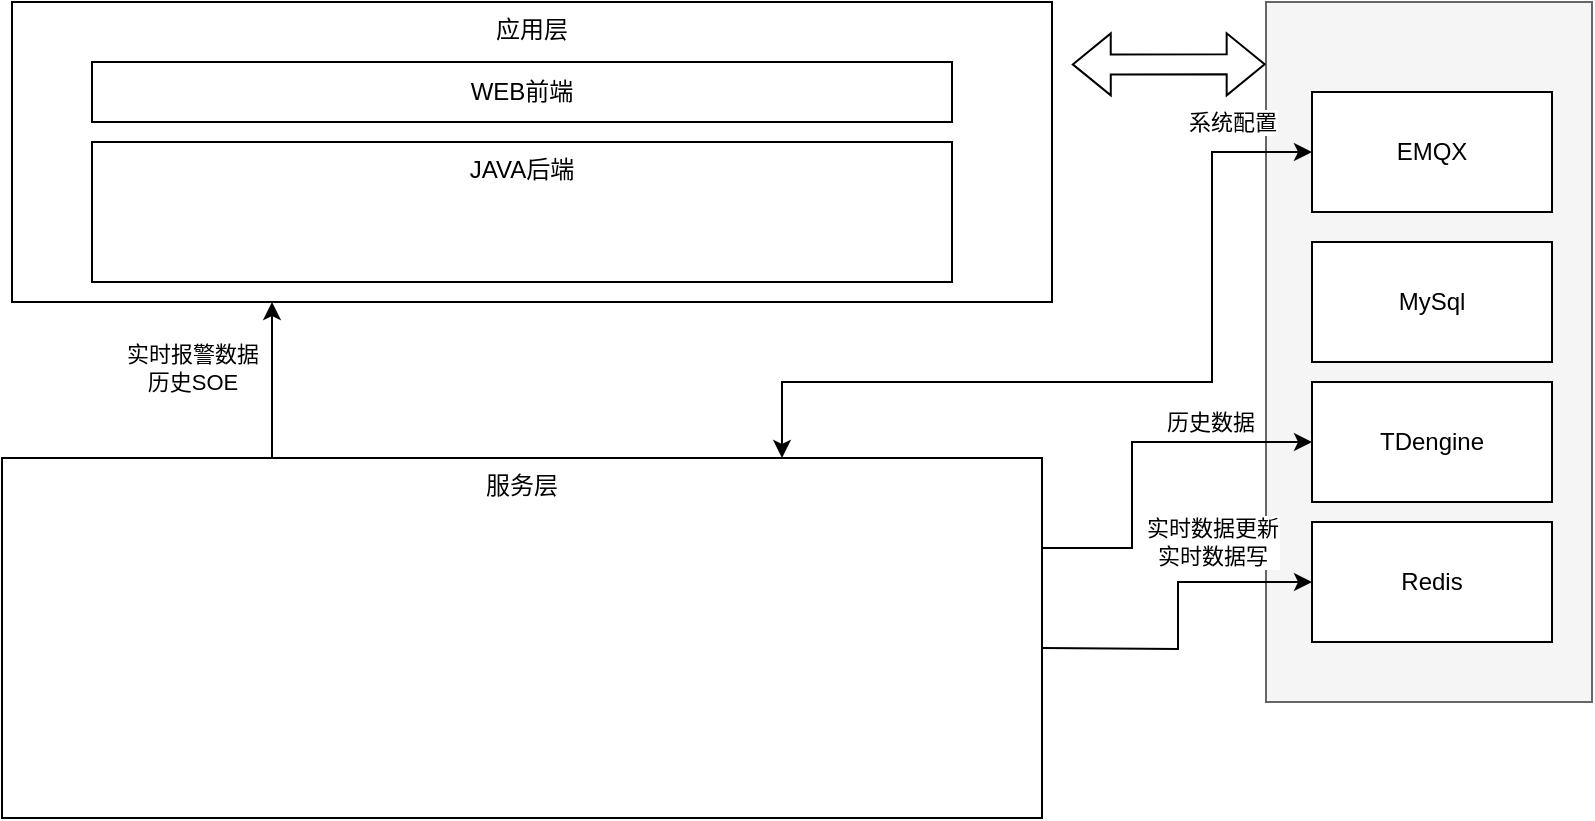
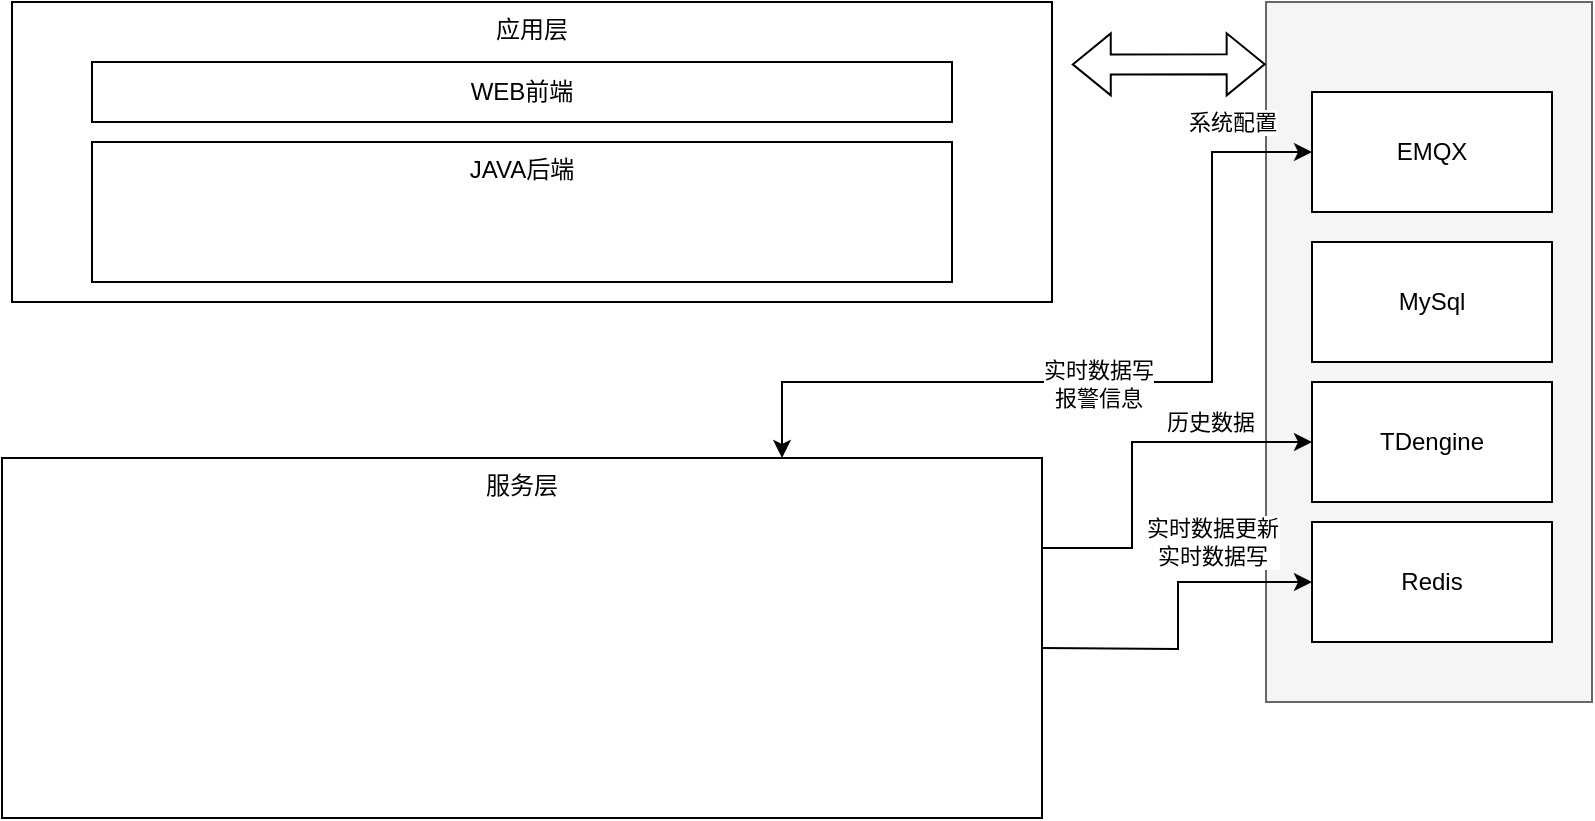
<mxfile host="app.diagrams.net">
  <diagram name="第 1 页" id="pox43T1xOEXjTd9FCBCb">
    <mxGraphModel dx="1030" dy="571" grid="1" gridSize="10" guides="1" tooltips="1" connect="1" arrows="1" fold="1" page="1" pageScale="1" pageWidth="827" pageHeight="1169" math="0" shadow="0">
      <root>
        <mxCell id="0" />
        <mxCell id="1" parent="0" />
        <mxCell id="xMZXzjuvX-VrFNcZFtR1-13" parent="1" style="rounded=0;whiteSpace=wrap;html=1;fillColor=#f5f5f5;fontColor=#333333;strokeColor=#666666;" value="" vertex="1">
          <mxGeometry height="350" width="163" x="648" y="110" as="geometry" />
        </mxCell>
        <mxCell id="rKJJU_Trjp2D-k5HkyLU-1" parent="1" style="rounded=0;whiteSpace=wrap;html=1;verticalAlign=top;" value="应用层" vertex="1">
          <mxGeometry height="150" width="520" x="21" y="110" as="geometry" />
        </mxCell>
        <mxCell id="rKJJU_Trjp2D-k5HkyLU-2" parent="1" style="rounded=0;whiteSpace=wrap;html=1;" value="WEB前端" vertex="1">
          <mxGeometry height="30" width="430" x="61" y="140" as="geometry" />
        </mxCell>
        <mxCell id="rKJJU_Trjp2D-k5HkyLU-4" parent="1" style="rounded=0;whiteSpace=wrap;html=1;verticalAlign=top;" value="JAVA后端" vertex="1">
          <mxGeometry height="70" width="430" x="61" y="180" as="geometry" />
        </mxCell>
        <mxCell id="xMZXzjuvX-VrFNcZFtR1-2" edge="1" parent="1" style="edgeStyle=orthogonalEdgeStyle;rounded=0;orthogonalLoop=1;jettySize=auto;html=1;exitX=1;exitY=0.25;exitDx=0;exitDy=0;entryX=0;entryY=0.5;entryDx=0;entryDy=0;" target="rKJJU_Trjp2D-k5HkyLU-8">
          <mxGeometry relative="1" as="geometry">
            <mxPoint x="536" y="433" as="sourcePoint" />
            <mxPoint x="671" y="320" as="targetPoint" />
          </mxGeometry>
        </mxCell>
        <mxCell id="xMZXzjuvX-VrFNcZFtR1-3" connectable="0" parent="xMZXzjuvX-VrFNcZFtR1-2" style="edgeLabel;html=1;align=center;verticalAlign=middle;resizable=0;points=[];" value="&lt;div&gt;实时数据更新&lt;/div&gt;&lt;div&gt;实时数据写&lt;/div&gt;" vertex="1">
          <mxGeometry relative="1" x="0.1073" as="geometry">
            <mxPoint x="17" y="-28" as="offset" />
          </mxGeometry>
        </mxCell>
        <mxCell id="rKJJU_Trjp2D-k5HkyLU-5" parent="1" style="rounded=0;whiteSpace=wrap;html=1;verticalAlign=top;" value="服务层" vertex="1">
          <mxGeometry height="180" width="520" x="16" y="338" as="geometry" />
        </mxCell>
        <mxCell id="rKJJU_Trjp2D-k5HkyLU-6" parent="1" style="rounded=0;whiteSpace=wrap;html=1;" value="MySql" vertex="1">
          <mxGeometry height="60" width="120" x="671" y="230" as="geometry" />
        </mxCell>
        <mxCell id="rKJJU_Trjp2D-k5HkyLU-7" parent="1" style="rounded=0;whiteSpace=wrap;html=1;" value="TDengine" vertex="1">
          <mxGeometry height="60" width="120" x="671" y="300" as="geometry" />
        </mxCell>
        <mxCell id="rKJJU_Trjp2D-k5HkyLU-8" parent="1" style="rounded=0;whiteSpace=wrap;html=1;" value="Redis" vertex="1">
          <mxGeometry height="60" width="120" x="671" y="370" as="geometry" />
        </mxCell>
        <mxCell id="xMZXzjuvX-VrFNcZFtR1-4" edge="1" parent="1" source="rKJJU_Trjp2D-k5HkyLU-5" style="edgeStyle=orthogonalEdgeStyle;rounded=0;orthogonalLoop=1;jettySize=auto;html=1;exitX=1;exitY=0.25;exitDx=0;exitDy=0;entryX=0;entryY=0.5;entryDx=0;entryDy=0;" target="rKJJU_Trjp2D-k5HkyLU-7">
          <mxGeometry relative="1" as="geometry">
            <Array as="points">
              <mxPoint x="581" y="383" />
              <mxPoint x="581" y="330" />
            </Array>
            <mxPoint x="641" y="563" as="sourcePoint" />
            <mxPoint x="776" y="400" as="targetPoint" />
          </mxGeometry>
        </mxCell>
        <mxCell id="xMZXzjuvX-VrFNcZFtR1-5" connectable="0" parent="xMZXzjuvX-VrFNcZFtR1-4" style="edgeLabel;html=1;align=center;verticalAlign=middle;resizable=0;points=[];" value="历史数据" vertex="1">
          <mxGeometry relative="1" x="0.1073" as="geometry">
            <mxPoint x="33" y="-10" as="offset" />
          </mxGeometry>
        </mxCell>
-         <mxCell id="xMZXzjuvX-VrFNcZFtR1-6" edge="1" parent="1" style="endArrow=classic;html=1;rounded=0;entryX=0.25;entryY=1;entryDx=0;entryDy=0;" target="rKJJU_Trjp2D-k5HkyLU-1" value="">
-           <mxGeometry height="50" relative="1" width="50" as="geometry">
-             <mxPoint x="151" y="338" as="sourcePoint" />
-             <mxPoint x="201" y="288" as="targetPoint" />
-           </mxGeometry>
-         </mxCell>
-         <mxCell id="xMZXzjuvX-VrFNcZFtR1-7" connectable="0" parent="xMZXzjuvX-VrFNcZFtR1-6" style="edgeLabel;html=1;align=center;verticalAlign=middle;resizable=0;points=[];" value="&lt;div&gt;实时报警数据&lt;/div&gt;&lt;div&gt;历史SOE&lt;/div&gt;" vertex="1">
-           <mxGeometry relative="1" x="0.1487" as="geometry">
-             <mxPoint x="-40" as="offset" />
-           </mxGeometry>
-         </mxCell>
        <mxCell id="xMZXzjuvX-VrFNcZFtR1-10" parent="1" style="rounded=0;whiteSpace=wrap;html=1;" value="EMQX" vertex="1">
          <mxGeometry height="60" width="120" x="671" y="155" as="geometry" />
        </mxCell>
        <mxCell id="xMZXzjuvX-VrFNcZFtR1-11" edge="1" parent="1" source="rKJJU_Trjp2D-k5HkyLU-5" style="endArrow=classic;startArrow=classic;html=1;rounded=0;entryX=0;entryY=0.5;entryDx=0;entryDy=0;edgeStyle=orthogonalEdgeStyle;exitX=0.75;exitY=0;exitDx=0;exitDy=0;" target="xMZXzjuvX-VrFNcZFtR1-10" value="">
          <mxGeometry height="50" relative="1" width="50" as="geometry">
            <Array as="points">
              <mxPoint x="406" y="300" />
              <mxPoint x="621" y="300" />
              <mxPoint x="621" y="185" />
            </Array>
            <mxPoint x="481" y="300" as="sourcePoint" />
            <mxPoint x="521" y="288" as="targetPoint" />
          </mxGeometry>
        </mxCell>
        <mxCell id="xMZXzjuvX-VrFNcZFtR1-12" connectable="0" parent="xMZXzjuvX-VrFNcZFtR1-11" style="edgeLabel;html=1;align=center;verticalAlign=middle;resizable=0;points=[];" value="系统配置" vertex="1">
          <mxGeometry relative="1" x="0.5828" y="2" as="geometry">
            <mxPoint x="12" y="-52" as="offset" />
          </mxGeometry>
        </mxCell>
+         <mxCell id="xMZXzjuvX-VrFNcZFtR1-15" connectable="0" parent="xMZXzjuvX-VrFNcZFtR1-11" style="edgeLabel;html=1;align=center;verticalAlign=middle;resizable=0;points=[];" value="&lt;div&gt;实时数据写&lt;/div&gt;&lt;div&gt;报警信息&lt;/div&gt;" vertex="1">
+           <mxGeometry relative="1" x="-0.0632" y="-1" as="geometry">
+             <mxPoint as="offset" />
+           </mxGeometry>
+         </mxCell>
        <mxCell id="xMZXzjuvX-VrFNcZFtR1-14" edge="1" parent="1" source="rKJJU_Trjp2D-k5HkyLU-1" style="shape=flexArrow;endArrow=classic;startArrow=classic;html=1;rounded=0;entryX=-0.001;entryY=0.089;entryDx=0;entryDy=0;entryPerimeter=0;exitX=1.019;exitY=0.208;exitDx=0;exitDy=0;exitPerimeter=0;" target="xMZXzjuvX-VrFNcZFtR1-13" value="">
          <mxGeometry height="100" relative="1" width="100" as="geometry">
            <mxPoint x="571" y="140" as="sourcePoint" />
            <mxPoint x="671" y="40" as="targetPoint" />
          </mxGeometry>
        </mxCell>
      </root>
    </mxGraphModel>
  </diagram>
</mxfile>
